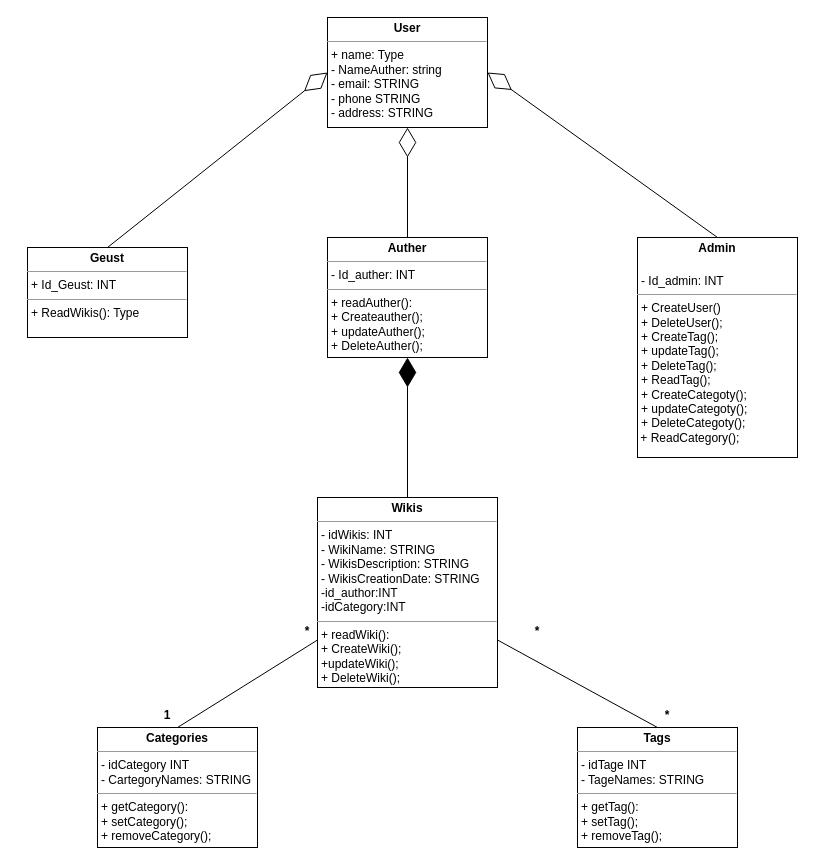
Above: diagrams/diagrameDeClass.drawio in OSMaben/Wikis (draw.io), before the change. Source tidied: cells renumbered, new cells numbered last; positions are measured from the earlier drawing's top-left corner, leaving out a move shared by most shapes. Both pictures are drawn from the tidied source at 100%, with x=0, y=0 at pixel (27, 17).
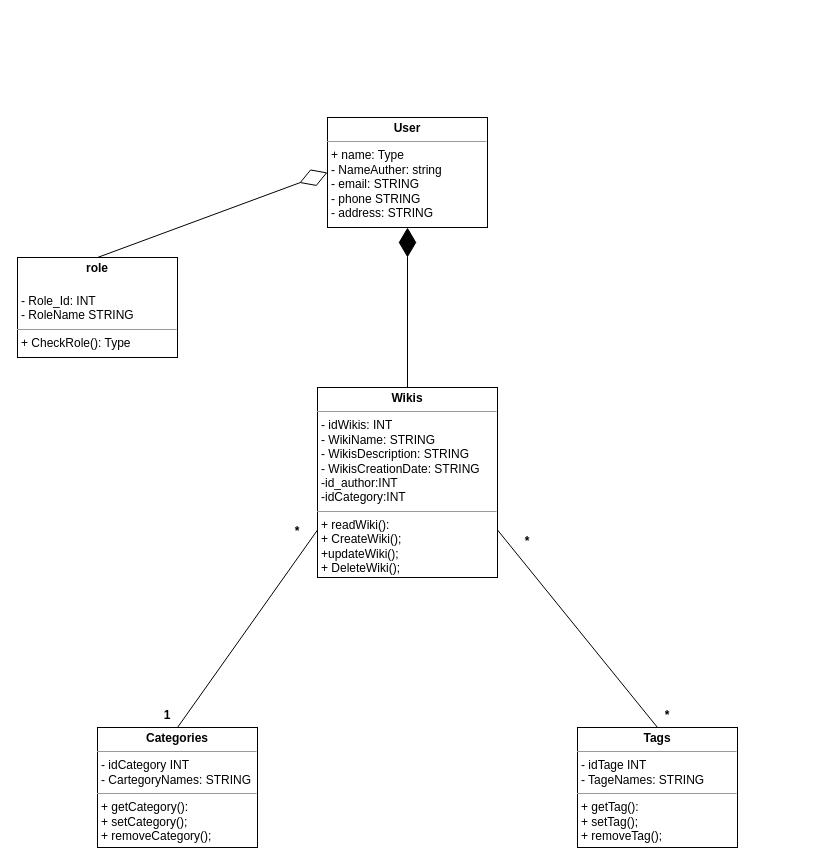
After the change.

What changed in the source:
```diff
@@
 <mxGraphModel>
   <root>
     <mxCell id="0" />
     <mxCell id="1" parent="0" />
     <mxCell id="2" value="&lt;p style=&quot;margin:0px;margin-top:4px;text-align:center;&quot;&gt;&lt;b&gt;Tags&lt;/b&gt;&lt;/p&gt;&lt;hr size=&quot;1&quot;&gt;&lt;p style=&quot;margin:0px;margin-left:4px;&quot;&gt;- idTage INT&lt;/p&gt;&lt;p style=&quot;margin:0px;margin-left:4px;&quot;&gt;- TageNames: STRING&lt;/p&gt;&lt;hr size=&quot;1&quot;&gt;&lt;p style=&quot;margin:0px;margin-left:4px;&quot;&gt;+ getTag():&lt;/p&gt;&lt;p style=&quot;margin:0px;margin-left:4px;&quot;&gt;+ setTag();&lt;/p&gt;&lt;p style=&quot;margin:0px;margin-left:4px;&quot;&gt;+ removeTag();&lt;/p&gt;" style="verticalAlign=top;align=left;overflow=fill;fontSize=12;fontFamily=Helvetica;html=1;" parent="1" vertex="1">
       <mxGeometry x="550" y="710" width="160" height="120" as="geometry" />
     </mxCell>
     <mxCell id="3" style="edgeStyle=none;html=1;exitX=0.5;exitY=0;exitDx=0;exitDy=0;endArrow=none;endFill=0;entryX=0;entryY=0.75;entryDx=0;entryDy=0;" parent="1" edge="1" source="4" target="7">
       <mxGeometry relative="1" as="geometry" />
     </mxCell>
     <mxCell id="4" value="&lt;p style=&quot;margin:0px;margin-top:4px;text-align:center;&quot;&gt;&lt;b&gt;Categories&lt;/b&gt;&lt;/p&gt;&lt;hr size=&quot;1&quot;&gt;&lt;p style=&quot;margin:0px;margin-left:4px;&quot;&gt;- idCategory INT&lt;/p&gt;&lt;p style=&quot;margin:0px;margin-left:4px;&quot;&gt;- CartegoryNames: STRING&lt;/p&gt;&lt;hr size=&quot;1&quot;&gt;&lt;p style=&quot;margin:0px;margin-left:4px;&quot;&gt;+ getCategory():&lt;/p&gt;&lt;p style=&quot;margin:0px;margin-left:4px;&quot;&gt;+ setCategory();&lt;/p&gt;&lt;p style=&quot;margin:0px;margin-left:4px;&quot;&gt;+ removeCategory();&lt;/p&gt;" style="verticalAlign=top;align=left;overflow=fill;fontSize=12;fontFamily=Helvetica;html=1;" parent="1" vertex="1">
       <mxGeometry x="70" y="710" width="160" height="120" as="geometry" />
     </mxCell>
     <mxCell id="5" style="edgeStyle=none;html=1;exitX=1;exitY=0.75;exitDx=0;exitDy=0;entryX=0.5;entryY=0;entryDx=0;entryDy=0;endArrow=none;endFill=0;" parent="1" edge="1" source="7" target="2">
       <mxGeometry relative="1" as="geometry" />
     </mxCell>
-    <mxCell id="6" style="edgeStyle=none;html=1;exitX=0.5;exitY=0;exitDx=0;exitDy=0;endArrow=diamondThin;endFill=1;startArrow=none;startFill=0;strokeWidth=1;endSize=27;" parent="1" edge="1" source="7" target="9">
+    <mxCell id="6" style="edgeStyle=none;html=1;exitX=0.5;exitY=0;exitDx=0;exitDy=0;endArrow=diamondThin;endFill=1;startArrow=none;startFill=0;strokeWidth=1;endSize=27;" parent="1" edge="1" source="7" target="10">
       <mxGeometry relative="1" as="geometry" />
     </mxCell>
     <mxCell id="7" value="&lt;p style=&quot;margin:0px;margin-top:4px;text-align:center;&quot;&gt;&lt;b&gt;Wikis&lt;/b&gt;&lt;/p&gt;&lt;hr size=&quot;1&quot;&gt;&lt;p style=&quot;margin:0px;margin-left:4px;&quot;&gt;- idWikis: INT&lt;/p&gt;&lt;p style=&quot;margin:0px;margin-left:4px;&quot;&gt;- WikiName: STRING&lt;/p&gt;&lt;p style=&quot;margin:0px;margin-left:4px;&quot;&gt;- WikisDescription: STRING&lt;/p&gt;&lt;p style=&quot;margin:0px;margin-left:4px;&quot;&gt;- WikisCreationDate: STRING&lt;/p&gt;&lt;p style=&quot;margin:0px;margin-left:4px;&quot;&gt;-id_author:INT&lt;/p&gt;&lt;p style=&quot;margin:0px;margin-left:4px;&quot;&gt;-idCategory:INT&lt;/p&gt;&lt;hr size=&quot;1&quot;&gt;&lt;p style=&quot;margin:0px;margin-left:4px;&quot;&gt;+ readWiki():&lt;/p&gt;&lt;p style=&quot;margin:0px;margin-left:4px;&quot;&gt;+ CreateWiki();&lt;/p&gt;&lt;p style=&quot;margin:0px;margin-left:4px;&quot;&gt;+updateWiki();&lt;/p&gt;&lt;p style=&quot;margin:0px;margin-left:4px;&quot;&gt;+ DeleteWiki();&lt;/p&gt;" style="verticalAlign=top;align=left;overflow=fill;fontSize=12;fontFamily=Helvetica;html=1;" parent="1" vertex="1">
-      <mxGeometry x="290" y="480" width="180" height="190" as="geometry" />
+      <mxGeometry x="290" y="370" width="180" height="190" as="geometry" />
     </mxCell>
-    <mxCell id="8" style="edgeStyle=none;html=1;exitX=0.5;exitY=0;exitDx=0;exitDy=0;strokeWidth=1;startArrow=none;startFill=0;endArrow=diamondThin;endFill=0;endSize=27;" parent="1" edge="1" source="9" target="10">
-      <mxGeometry relative="1" as="geometry" />
-    </mxCell>
-    <mxCell id="9" value="&lt;p style=&quot;margin:0px;margin-top:4px;text-align:center;&quot;&gt;&lt;b&gt;Auther&lt;/b&gt;&lt;/p&gt;&lt;hr size=&quot;1&quot;&gt;&lt;p style=&quot;margin:0px;margin-left:4px;&quot;&gt;- Id_auther: INT&lt;/p&gt;&lt;hr size=&quot;1&quot;&gt;&lt;p style=&quot;margin: 0px 0px 0px 4px;&quot;&gt;+ readAuther():&lt;/p&gt;&lt;p style=&quot;margin: 0px 0px 0px 4px;&quot;&gt;+ Createauther();&lt;/p&gt;&lt;p style=&quot;margin: 0px 0px 0px 4px;&quot;&gt;+ updateAuther();&lt;/p&gt;&lt;p style=&quot;margin: 0px 0px 0px 4px;&quot;&gt;+ DeleteAuther();&lt;/p&gt;" style="verticalAlign=top;align=left;overflow=fill;fontSize=12;fontFamily=Helvetica;html=1;" parent="1" vertex="1">
-      <mxGeometry x="300" y="220" width="160" height="120" as="geometry" />
-    </mxCell>
     <mxCell id="10" value="&lt;p style=&quot;margin:0px;margin-top:4px;text-align:center;&quot;&gt;&lt;b&gt;User&lt;/b&gt;&lt;/p&gt;&lt;hr size=&quot;1&quot;&gt;&lt;p style=&quot;margin:0px;margin-left:4px;&quot;&gt;+ name: Type&lt;/p&gt;&lt;p style=&quot;margin: 0px 0px 0px 4px;&quot;&gt;- NameAuther: string&lt;/p&gt;&lt;p style=&quot;margin: 0px 0px 0px 4px;&quot;&gt;- email: STRING&lt;/p&gt;&lt;p style=&quot;margin: 0px 0px 0px 4px;&quot;&gt;- phone STRING&lt;/p&gt;&lt;p style=&quot;margin: 0px 0px 0px 4px;&quot;&gt;- address: STRING&lt;/p&gt;&lt;p style=&quot;margin: 0px 0px 0px 4px;&quot;&gt;&lt;br&gt;&lt;/p&gt;" style="verticalAlign=top;align=left;overflow=fill;fontSize=12;fontFamily=Helvetica;html=1;" parent="1" vertex="1">
-      <mxGeometry x="300" width="160" height="110" as="geometry" />
+      <mxGeometry x="300" y="100" width="160" height="110" as="geometry" />
     </mxCell>
     <mxCell id="11" style="edgeStyle=none;html=1;exitX=0.5;exitY=0;exitDx=0;exitDy=0;entryX=0;entryY=0.5;entryDx=0;entryDy=0;strokeWidth=1;startArrow=none;startFill=0;endArrow=diamondThin;endFill=0;endSize=27;" parent="1" edge="1" source="12" target="10">
       <mxGeometry relative="1" as="geometry" />
     </mxCell>
-    <mxCell id="12" value="&lt;p style=&quot;margin:0px;margin-top:4px;text-align:center;&quot;&gt;&lt;b&gt;Geust&lt;/b&gt;&lt;/p&gt;&lt;hr size=&quot;1&quot;&gt;&lt;p style=&quot;margin:0px;margin-left:4px;&quot;&gt;+ Id_Geust: INT&lt;/p&gt;&lt;hr size=&quot;1&quot;&gt;&lt;p style=&quot;margin:0px;margin-left:4px;&quot;&gt;+ ReadWikis(): Type&lt;/p&gt;" style="verticalAlign=top;align=left;overflow=fill;fontSize=12;fontFamily=Helvetica;html=1;" parent="1" vertex="1">
-      <mxGeometry y="230" width="160" height="90" as="geometry" />
+    <mxCell id="12" value="&lt;p style=&quot;margin:0px;margin-top:4px;text-align:center;&quot;&gt;&lt;b&gt;role&lt;/b&gt;&lt;/p&gt;&lt;p style=&quot;margin:0px;margin-top:4px;text-align:center;&quot;&gt;&lt;b&gt;&lt;br&gt;&lt;/b&gt;&lt;/p&gt;&lt;p style=&quot;margin:0px;margin-left:4px;&quot;&gt;- Role_Id: INT&lt;/p&gt;&lt;p style=&quot;margin:0px;margin-left:4px;&quot;&gt;- RoleName STRING&lt;/p&gt;&lt;hr size=&quot;1&quot;&gt;&lt;p style=&quot;margin:0px;margin-left:4px;&quot;&gt;+ CheckRole(): Type&lt;/p&gt;" style="verticalAlign=top;align=left;overflow=fill;fontSize=12;fontFamily=Helvetica;html=1;" parent="1" vertex="1">
+      <mxGeometry x="-10" y="240" width="160" height="100" as="geometry" />
     </mxCell>
-    <mxCell id="13" style="edgeStyle=none;html=1;exitX=0.5;exitY=0;exitDx=0;exitDy=0;entryX=1;entryY=0.5;entryDx=0;entryDy=0;strokeWidth=1;startArrow=none;startFill=0;endArrow=diamondThin;endFill=0;endSize=27;" parent="1" edge="1" source="14" target="10">
-      <mxGeometry relative="1" as="geometry" />
-    </mxCell>
-    <mxCell id="14" value="&lt;p style=&quot;margin:0px;margin-top:4px;text-align:center;&quot;&gt;&lt;b&gt;Admin&lt;/b&gt;&lt;/p&gt;&lt;p style=&quot;margin:0px;margin-top:4px;text-align:center;&quot;&gt;&lt;b&gt;&lt;br&gt;&lt;/b&gt;&lt;/p&gt;&lt;p style=&quot;margin:0px;margin-left:4px;&quot;&gt;- Id_admin: INT&lt;/p&gt;&lt;hr size=&quot;1&quot;&gt;&lt;p style=&quot;margin:0px;margin-left:4px;&quot;&gt;+ CreateUser()&lt;/p&gt;&lt;p style=&quot;margin:0px;margin-left:4px;&quot;&gt;+ DeleteUser();&lt;/p&gt;&lt;p style=&quot;margin:0px;margin-left:4px;&quot;&gt;+ CreateTag();&lt;/p&gt;&lt;p style=&quot;margin:0px;margin-left:4px;&quot;&gt;+ updateTag();&lt;/p&gt;&lt;p style=&quot;margin:0px;margin-left:4px;&quot;&gt;+ DeleteTag();&lt;/p&gt;&lt;p style=&quot;margin:0px;margin-left:4px;&quot;&gt;+ ReadTag();&lt;/p&gt;&lt;p style=&quot;margin: 0px 0px 0px 4px;&quot;&gt;+ CreateCategoty();&lt;/p&gt;&lt;p style=&quot;margin: 0px 0px 0px 4px;&quot;&gt;+ updateCategoty();&lt;/p&gt;&lt;p style=&quot;margin: 0px 0px 0px 4px;&quot;&gt;+ DeleteCategoty();&lt;/p&gt;&lt;p style=&quot;margin: 0px 0px 0px 4px;&quot;&gt;&lt;/p&gt;&amp;nbsp;+ ReadCategory();" style="verticalAlign=top;align=left;overflow=fill;fontSize=12;fontFamily=Helvetica;html=1;" parent="1" vertex="1">
-      <mxGeometry x="610" y="220" width="160" height="220" as="geometry" />
-    </mxCell>
     <mxCell id="15" value="*" style="text;align=center;fontStyle=1;verticalAlign=middle;spacingLeft=3;spacingRight=3;strokeColor=none;" parent="1" vertex="1">
-      <mxGeometry x="470" y="600" width="80" height="26" as="geometry" />
+      <mxGeometry x="460" y="510" width="80" height="26" as="geometry" />
     </mxCell>
     <mxCell id="16" value="*" style="text;align=center;fontStyle=1;verticalAlign=middle;spacingLeft=3;spacingRight=3;strokeColor=none;" parent="1" vertex="1">
       <mxGeometry x="600" y="684" width="80" height="26" as="geometry" />
     </mxCell>
     <mxCell id="17" value="*" style="text;align=center;fontStyle=1;verticalAlign=middle;spacingLeft=3;spacingRight=3;strokeColor=none;" parent="1" vertex="1">
-      <mxGeometry x="240" y="600" width="80" height="26" as="geometry" />
+      <mxGeometry x="230" y="500" width="80" height="26" as="geometry" />
     </mxCell>
     <mxCell id="18" value="1" style="text;align=center;fontStyle=1;verticalAlign=middle;spacingLeft=3;spacingRight=3;strokeColor=none;" parent="1" vertex="1">
       <mxGeometry x="100" y="684" width="80" height="26" as="geometry" />
     </mxCell>
   </root>
 </mxGraphModel>
```
